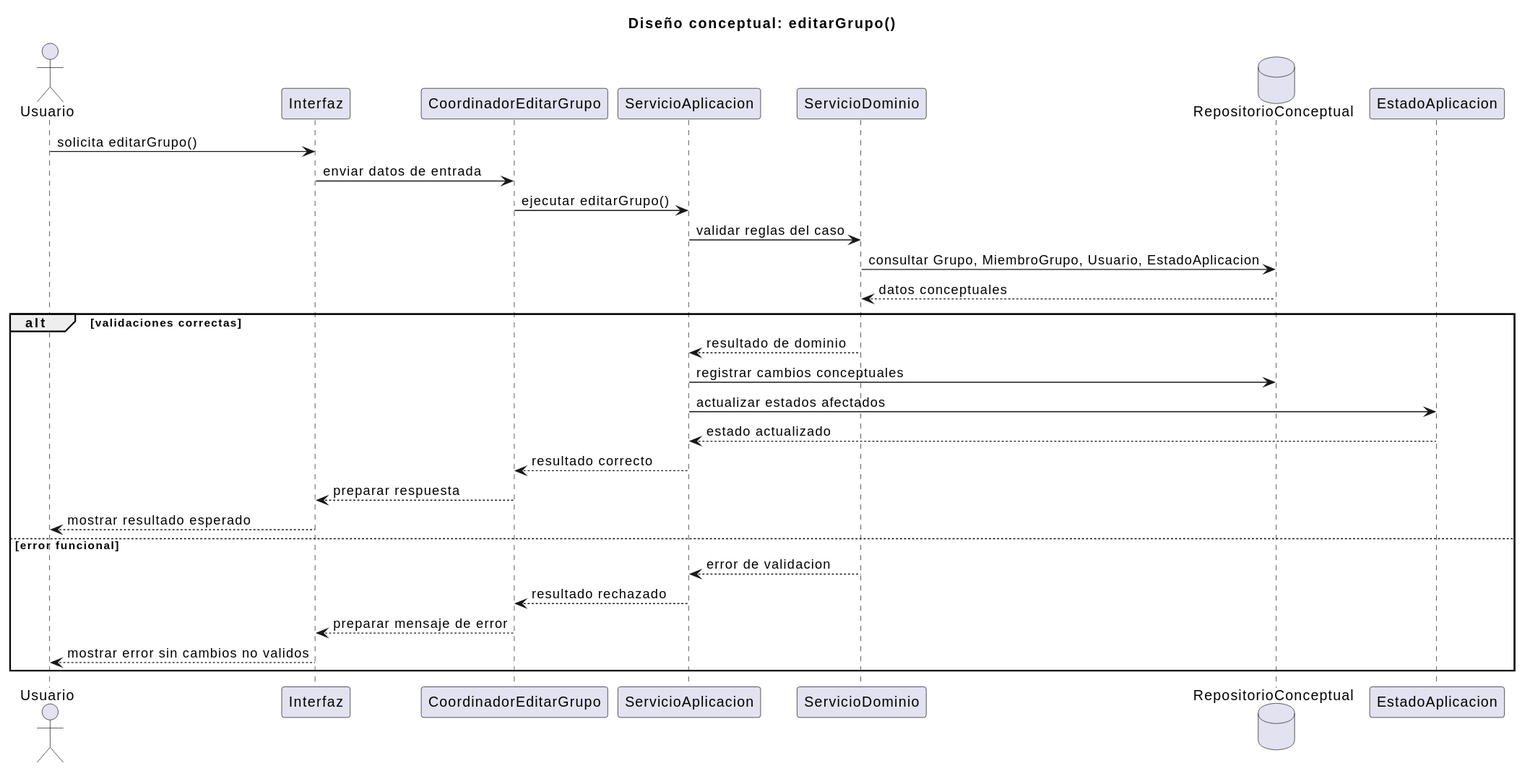
This is documents/RUP/02-diseño/casos-uso/gestion-grupos/editarGrupo/secuencia.svg from inigovaqueroo04/25-26-idsw2-sdVC, a PlantUML export, as it was before one commit.
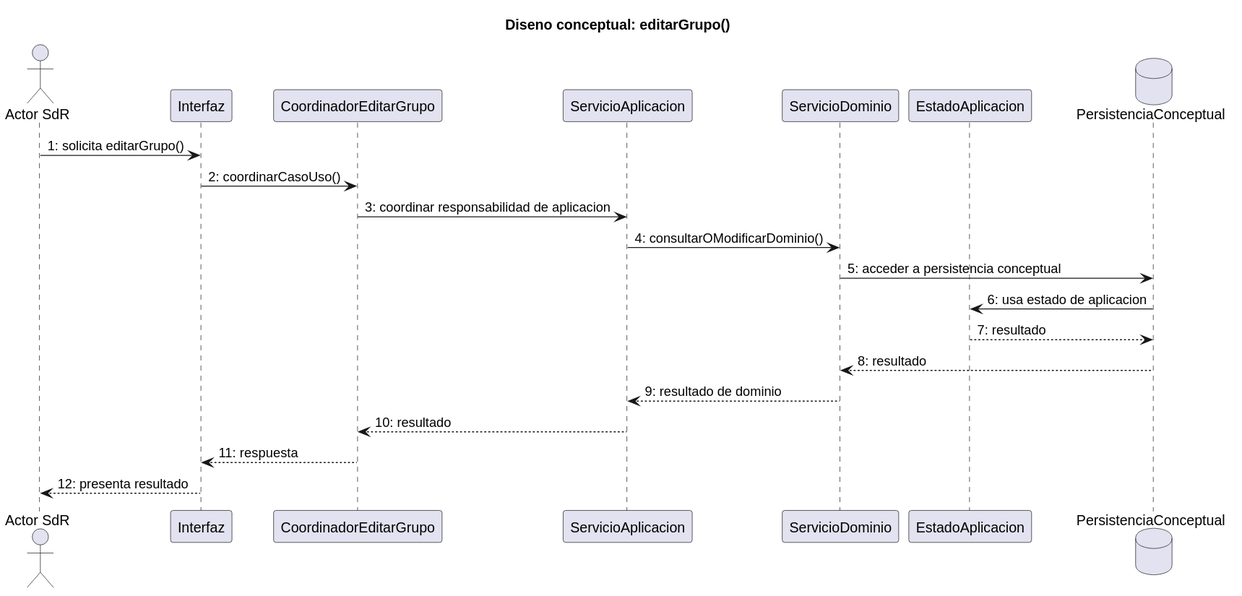
Above is the later version.

Commit message:
docs: ajustar diseno de editar grupo

Diff of the diagram source:
```diff
@@ -1,33 +1,24 @@
 @startuml
-title Diseño conceptual: editarGrupo()
+title Diseno conceptual: editarGrupo()
 
-actor "Usuario" as Usuario
+actor "Actor SdR" as Actor
 participant "Interfaz" as Interfaz
 participant "CoordinadorEditarGrupo" as Coordinador
 participant "ServicioAplicacion" as ServicioAplicacion
 participant "ServicioDominio" as ServicioDominio
-database "RepositorioConceptual" as Repositorio
 participant "EstadoAplicacion" as EstadoAplicacion
+database "PersistenciaConceptual" as Persistencia
 
-Usuario -> Interfaz : solicita editarGrupo()
-Interfaz -> Coordinador : enviar datos de entrada
-Coordinador -> ServicioAplicacion : ejecutar editarGrupo()
-ServicioAplicacion -> ServicioDominio : validar reglas del caso
-ServicioDominio -> Repositorio : consultar Grupo, MiembroGrupo, Usuario, EstadoAplicacion
-Repositorio --> ServicioDominio : datos conceptuales
-
-alt validaciones correctas
-  ServicioDominio --> ServicioAplicacion : resultado de dominio
-  ServicioAplicacion -> Repositorio : registrar cambios conceptuales
-  ServicioAplicacion -> EstadoAplicacion : actualizar estados afectados
-  EstadoAplicacion --> ServicioAplicacion : estado actualizado
-  ServicioAplicacion --> Coordinador : resultado correcto
-  Coordinador --> Interfaz : preparar respuesta
-  Interfaz --> Usuario : mostrar resultado esperado
-else error funcional
-  ServicioDominio --> ServicioAplicacion : error de validacion
-  ServicioAplicacion --> Coordinador : resultado rechazado
-  Coordinador --> Interfaz : preparar mensaje de error
-  Interfaz --> Usuario : mostrar error sin cambios no validos
-end
+Actor -> Interfaz : 1: solicita editarGrupo()
+Interfaz -> Coordinador : 2: coordinarCasoUso()
+Coordinador -> ServicioAplicacion : 3: coordinar responsabilidad de aplicacion
+ServicioAplicacion -> ServicioDominio : 4: consultarOModificarDominio()
+ServicioDominio -> Persistencia : 5: acceder a persistencia conceptual
+Persistencia -> EstadoAplicacion : 6: usa estado de aplicacion
+EstadoAplicacion --> Persistencia : 7: resultado
+Persistencia --> ServicioDominio : 8: resultado
+ServicioDominio --> ServicioAplicacion : 9: resultado de dominio
+ServicioAplicacion --> Coordinador : 10: resultado
+Coordinador --> Interfaz : 11: respuesta
+Interfaz --> Actor : 12: presenta resultado
 @enduml
```
